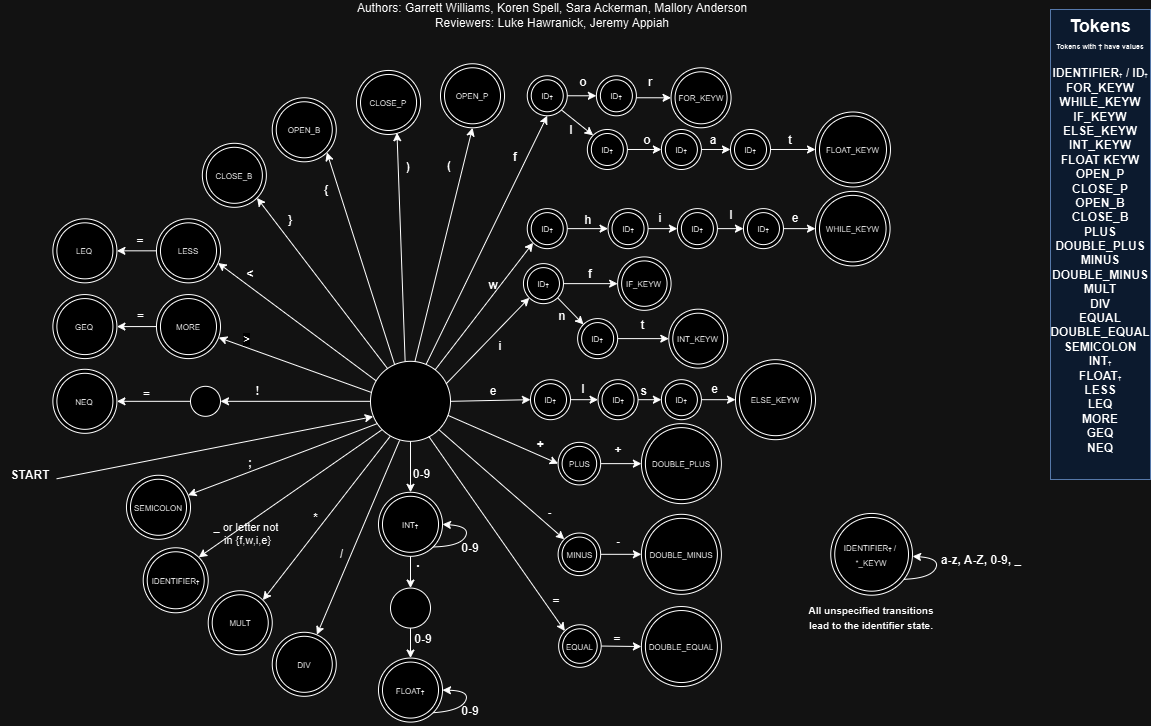
lukehawranick/C_Compiler keeps this draw.io diagram as Scanner410.png. Above is the earlier version. Source tidied: cells renumbered, new cells last; positions are measured from the earlier drawing's top-left corner, leaving out a move shared by most shapes.
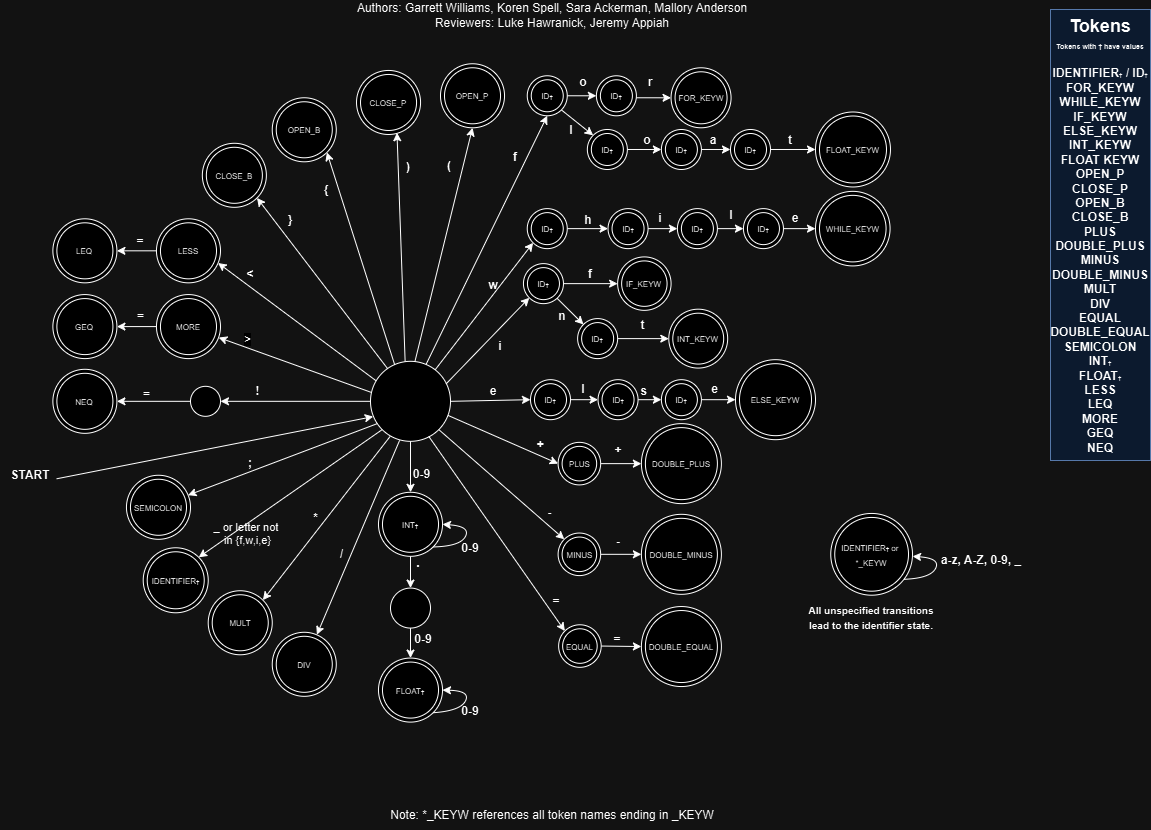
Above is the later version.

Commit message:
Updated FSM pic

The edit, as a diff of the source:
```diff
@@ -282,7 +282,7 @@
       <mxGeometry x="110" y="226.4" width="60" height="30" as="geometry" />
     </mxCell>
     <mxCell id="89" value="&lt;font style=&quot;font-size: 18px;&quot;&gt;Tokens&lt;/font&gt;&lt;div style=&quot;&quot;&gt;&lt;div&gt;&lt;font style=&quot;font-size: 7px;&quot;&gt;Tokens with † have values&lt;/font&gt;&lt;/div&gt;&lt;div&gt;&lt;br&gt;&lt;/div&gt;&lt;div&gt;IDENTIFIER&lt;span style=&quot;font-size: 5.83333px; background-color: initial;&quot;&gt;†&lt;/span&gt;&lt;span style=&quot;background-color: initial;&quot;&gt;&amp;nbsp;/ ID&lt;/span&gt;&lt;span style=&quot;font-size: 5.83333px; background-color: initial;&quot;&gt;†&lt;/span&gt;&lt;/div&gt;&lt;div&gt;&lt;div&gt;FOR_KEYW&lt;/div&gt;&lt;div&gt;WHILE_KEYW&lt;/div&gt;&lt;div&gt;IF_KEYW&lt;/div&gt;&lt;div&gt;ELSE_KEYW&lt;/div&gt;&lt;div&gt;INT_KEYW&lt;/div&gt;&lt;div&gt;FLOAT KEYW&lt;/div&gt;&lt;div&gt;OPEN_P&lt;/div&gt;&lt;div&gt;CLOSE_P&lt;/div&gt;&lt;div&gt;OPEN_B&lt;/div&gt;&lt;div&gt;CLOSE_B&lt;/div&gt;&lt;div&gt;PLUS&lt;/div&gt;&lt;div&gt;DOUBLE_PLUS&lt;/div&gt;&lt;div&gt;MINUS&lt;/div&gt;&lt;div&gt;DOUBLE_MINUS&lt;/div&gt;&lt;div&gt;MULT&lt;/div&gt;&lt;div&gt;DIV&lt;/div&gt;&lt;div&gt;EQUAL&lt;/div&gt;&lt;/div&gt;&lt;/div&gt;&lt;div&gt;DOUBLE_EQUAL&lt;/div&gt;&lt;div&gt;SEMICOLON&lt;/div&gt;&lt;div&gt;INT&lt;span style=&quot;font-size: 5.83333px; background-color: initial;&quot;&gt;†&lt;/span&gt;&lt;/div&gt;&lt;div&gt;FLOAT&lt;span style=&quot;font-size: 5.83333px; background-color: initial;&quot;&gt;†&lt;/span&gt;&lt;/div&gt;&lt;div&gt;LESS&lt;/div&gt;&lt;div&gt;LEQ&lt;/div&gt;&lt;div&gt;MORE&lt;br&gt;GEQ&lt;/div&gt;&lt;div&gt;NEQ&lt;/div&gt;&lt;div&gt;&lt;br&gt;&lt;/div&gt;" style="rounded=0;whiteSpace=wrap;html=1;fillColor=#dae8fc;strokeColor=#6c8ebf;align=center;verticalAlign=top;fontStyle=1;" parent="1" vertex="1">
-      <mxGeometry x="1050" y="9" width="100" height="470" as="geometry" />
+      <mxGeometry x="1050" y="9" width="100" height="451" as="geometry" />
     </mxCell>
     <mxCell id="90" value="&lt;b&gt;f&lt;/b&gt;" style="text;html=1;align=center;verticalAlign=middle;whiteSpace=wrap;rounded=0;rotation=0;" parent="1" vertex="1">
       <mxGeometry x="485" y="141.8" width="60" height="30" as="geometry" />
@@ -408,7 +408,7 @@
     <mxCell id="128" value="&lt;span style=&quot;font-size: 8px;&quot;&gt;CLOSE_B&lt;/span&gt;" style="ellipse;shape=doubleEllipse;whiteSpace=wrap;html=1;" parent="1" vertex="1">
       <mxGeometry x="201.8" y="142.8" width="64" height="64" as="geometry" />
     </mxCell>
-    <mxCell id="129" value="&lt;font style=&quot;font-size: 8px;&quot;&gt;IDENTIFIER&lt;span style=&quot;font-size: 5.83333px; font-weight: 700;&quot;&gt;†&lt;/span&gt;&amp;nbsp;/&amp;nbsp; *_KEYW&lt;/font&gt;" style="ellipse;shape=doubleEllipse;whiteSpace=wrap;html=1;" parent="1" vertex="1">
+    <mxCell id="129" value="&lt;font style=&quot;font-size: 8px;&quot;&gt;IDENTIFIER&lt;span style=&quot;font-size: 5.83333px; font-weight: 700;&quot;&gt;†&lt;/span&gt;&amp;nbsp;or&amp;nbsp; *_KEYW&lt;/font&gt;" style="ellipse;shape=doubleEllipse;whiteSpace=wrap;html=1;" parent="1" vertex="1">
       <mxGeometry x="830.2" y="513" width="81.8" height="81.8" as="geometry" />
     </mxCell>
     <mxCell id="130" style="curved=1;endArrow=classic;html=1;rounded=0;entryX=1;entryY=0.5;entryDx=0;entryDy=0;exitX=1;exitY=1;exitDx=0;exitDy=0;" parent="1" edge="1">
@@ -475,5 +475,8 @@
     <mxCell id="148" value="Authors: Garrett Williams, Koren Spell, Sara Ackerman, Mallory Anderson&lt;div&gt;Reviewers: Luke Hawranick, Jeremy Appiah&lt;/div&gt;" style="text;html=1;align=center;verticalAlign=middle;whiteSpace=wrap;rounded=0;" parent="1" vertex="1">
       <mxGeometry x="273.8" width="556.2" height="30" as="geometry" />
     </mxCell>
+    <mxCell id="149" value="Note: *_KEYW references all token names ending in _KEYW" style="text;html=1;align=center;verticalAlign=middle;whiteSpace=wrap;rounded=0;" parent="1" vertex="1">
+      <mxGeometry x="266.9" y="800" width="570" height="30" as="geometry" />
+    </mxCell>
   </root>
 </mxGraphModel>
```
